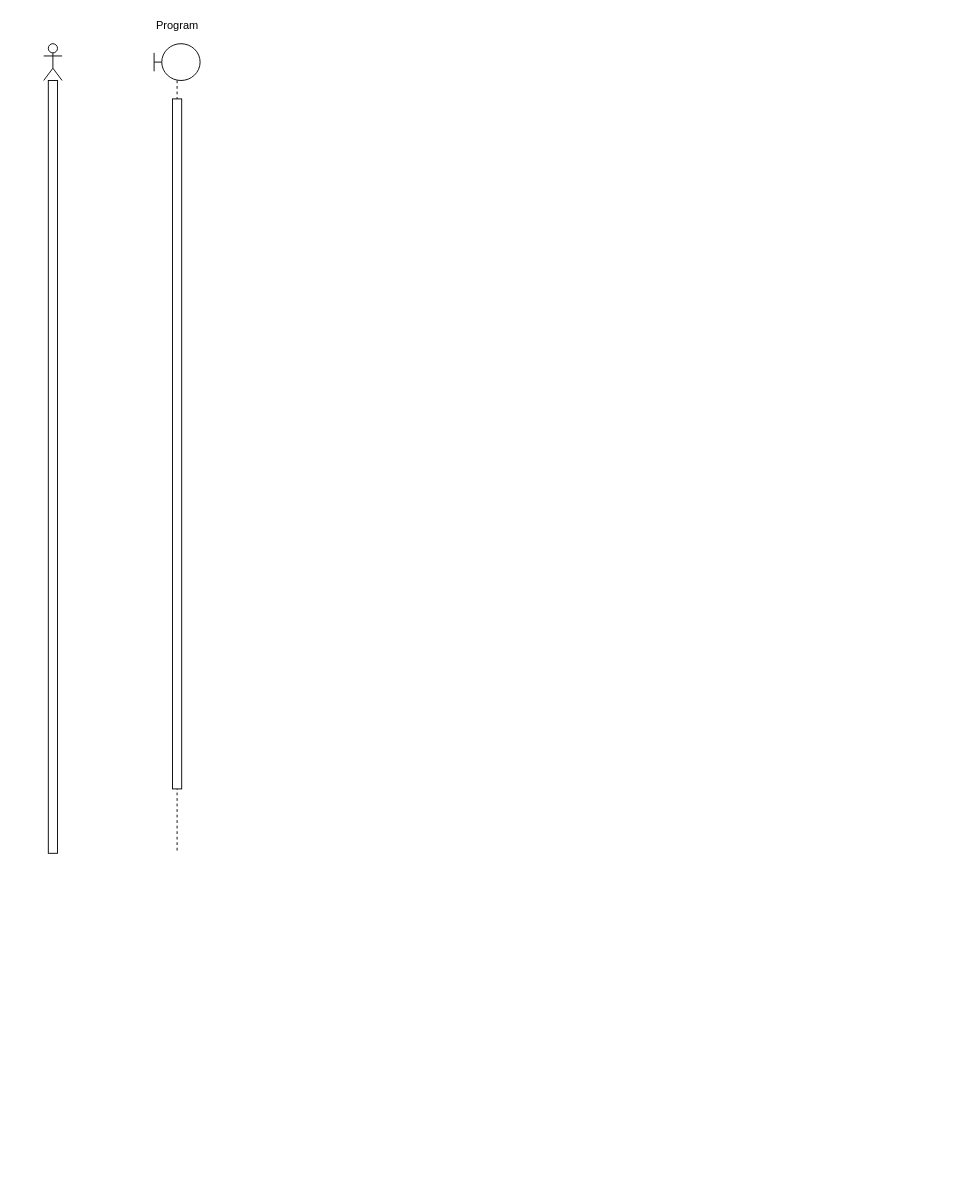
The draw.io diagram SequenceDiagram.drawio in pashokred/mini_spreadsheet, before the edit. Source tidied: cells renumbered, new cells numbered last; positions are measured from the earlier drawing's top-left corner, leaving out a move shared by most shapes. Both pictures are drawn from the tidied source at 92%, with x=0, y=0 at pixel (43, 16).
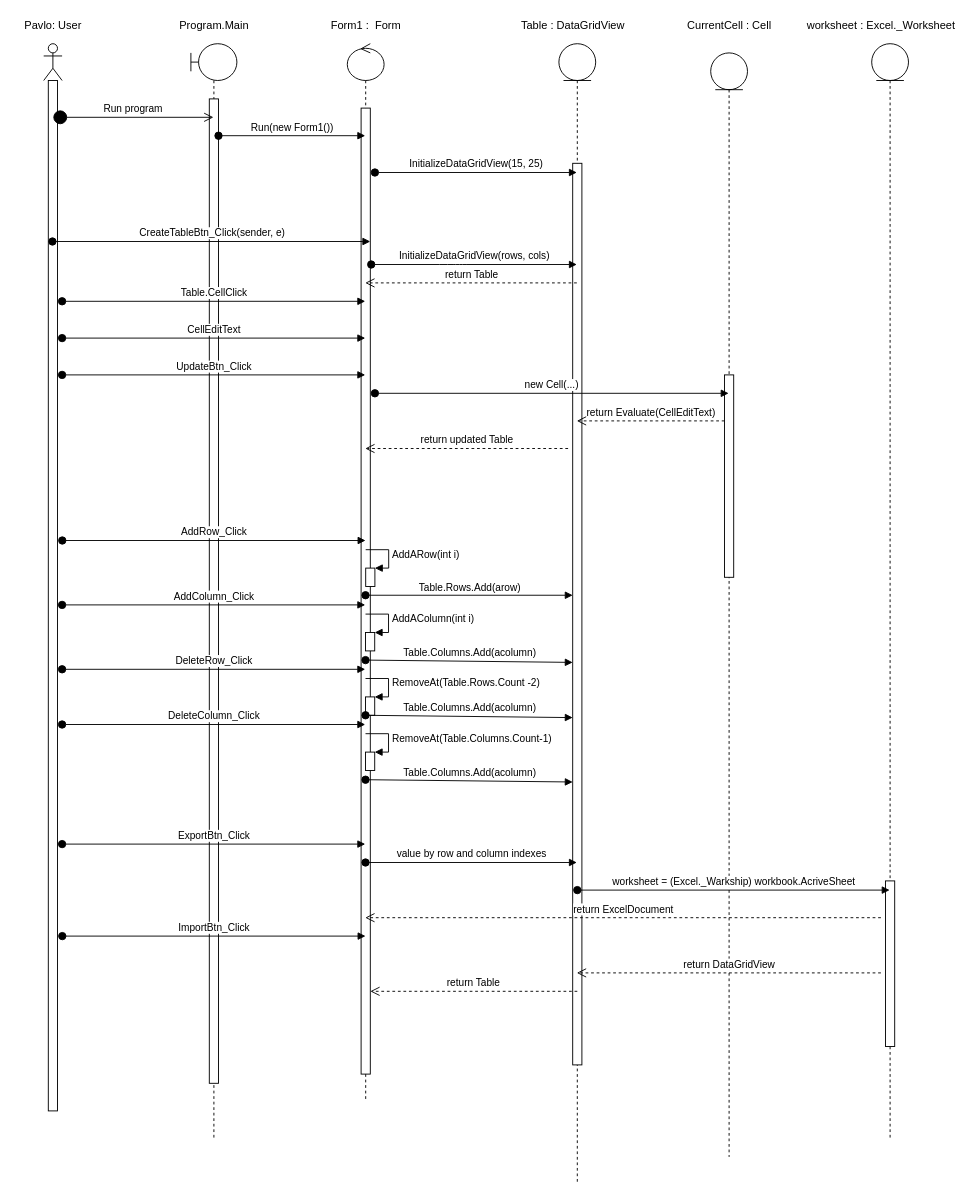
Above is the later version.

What changed in the source:
```diff
@@
     <mxCell id="2" style="shape=umlLifeline;participant=umlActor;perimeter=lifelinePerimeter;whiteSpace=wrap;html=1;verticalAlign=top;spacingTop=36;outlineConnect=0;" parent="1" vertex="1">
-      <mxGeometry y="30" width="20" height="880" as="geometry" />
+      <mxGeometry y="30" width="20" height="1160" as="geometry" />
     </mxCell>
     <mxCell id="3" style="html=1;perimeter=orthogonalPerimeter;" parent="2" vertex="1">
-      <mxGeometry x="5" y="40" width="10" height="840" as="geometry" />
+      <mxGeometry x="5" y="40" width="10" height="1120" as="geometry" />
     </mxCell>
     <mxCell id="4" style="shape=umlLifeline;participant=umlBoundary;perimeter=lifelinePerimeter;whiteSpace=wrap;html=1;verticalAlign=top;spacingTop=36;outlineConnect=0;" parent="1" vertex="1">
-      <mxGeometry x="120" y="30" width="50" height="880" as="geometry" />
+      <mxGeometry x="160" y="30" width="50" height="1190" as="geometry" />
     </mxCell>
     <mxCell id="5" style="html=1;perimeter=orthogonalPerimeter;" parent="4" vertex="1">
-      <mxGeometry x="20" y="60" width="10" height="750" as="geometry" />
+      <mxGeometry x="20" y="60" width="10" height="1070" as="geometry" />
     </mxCell>
-    <mxCell id="6" value="Program" style="text;html=1;align=center;verticalAlign=middle;" parent="1" vertex="1">
-      <mxGeometry x="115" width="60" height="20" as="geometry" />
+    <mxCell id="6" value="Program.Main" style="text;html=1;align=center;verticalAlign=middle;" parent="1" vertex="1">
+      <mxGeometry x="140" width="90" height="20" as="geometry" />
     </mxCell>
+    <mxCell id="7" value="Pavlo: User" style="text;html=1;align=center;verticalAlign=middle;" parent="1" vertex="1">
+      <mxGeometry x="-30" width="80" height="20" as="geometry" />
+    </mxCell>
+    <mxCell id="8" value="Run program" style="html=1;verticalAlign=bottom;startArrow=circle;startFill=1;endArrow=open;startSize=6;endSize=8;" parent="1" edge="1" target="4">
+      <mxGeometry relative="1" as="geometry">
+        <mxPoint x="10" y="110" as="sourcePoint" />
+      </mxGeometry>
+    </mxCell>
+    <mxCell id="9" style="shape=umlLifeline;participant=umlControl;perimeter=lifelinePerimeter;whiteSpace=wrap;html=1;verticalAlign=top;spacingTop=36;outlineConnect=0;" parent="1" vertex="1">
+      <mxGeometry x="330" y="30" width="40" height="1150" as="geometry" />
+    </mxCell>
+    <mxCell id="10" style="html=1;points=[];perimeter=orthogonalPerimeter;" parent="9" vertex="1">
+      <mxGeometry x="15" y="70" width="10" height="1050" as="geometry" />
+    </mxCell>
+    <mxCell id="11" style="html=1;points=[];perimeter=orthogonalPerimeter;" parent="9" vertex="1">
+      <mxGeometry x="20" y="570" width="10" height="20" as="geometry" />
+    </mxCell>
+    <mxCell id="12" value="AddARow(int i)" style="edgeStyle=orthogonalEdgeStyle;html=1;align=left;spacingLeft=2;endArrow=block;rounded=0;entryX=1;entryY=0;" parent="9" edge="1" target="11">
+      <mxGeometry relative="1" as="geometry">
+        <mxPoint x="20" y="550" as="sourcePoint" />
+        <Array as="points">
+          <mxPoint x="45" y="550" />
+        </Array>
+      </mxGeometry>
+    </mxCell>
+    <mxCell id="13" value="Form1 :&amp;nbsp; Form" style="text;html=1;align=center;verticalAlign=middle;" parent="1" vertex="1">
+      <mxGeometry x="305" width="90" height="20" as="geometry" />
+    </mxCell>
+    <mxCell id="14" value="Run(new Form1())" style="html=1;verticalAlign=bottom;startArrow=oval;startFill=1;endArrow=block;startSize=8;" parent="1" edge="1" target="9">
+      <mxGeometry relative="1" as="geometry">
+        <mxPoint x="190" y="130" as="sourcePoint" />
+      </mxGeometry>
+    </mxCell>
+    <mxCell id="15" value="CreateTableBtn_Click(sender, e)" style="html=1;verticalAlign=bottom;startArrow=oval;startFill=1;endArrow=block;startSize=8;" parent="1" edge="1" source="2">
+      <mxGeometry relative="1" as="geometry">
+        <mxPoint x="355" y="245" as="targetPoint" />
+      </mxGeometry>
+    </mxCell>
+    <mxCell id="16" style="shape=umlLifeline;participant=umlEntity;perimeter=lifelinePerimeter;whiteSpace=wrap;html=1;verticalAlign=top;spacingTop=36;outlineConnect=0;" parent="1" vertex="1">
+      <mxGeometry x="560" y="30" width="40" height="1240" as="geometry" />
+    </mxCell>
+    <mxCell id="17" style="html=1;points=[];perimeter=orthogonalPerimeter;" parent="16" vertex="1">
+      <mxGeometry x="15" y="130" width="10" height="980" as="geometry" />
+    </mxCell>
+    <mxCell id="18" value="Table : DataGridView" style="text;html=1;align=center;verticalAlign=middle;" parent="1" vertex="1">
+      <mxGeometry x="510" width="130" height="20" as="geometry" />
+    </mxCell>
+    <mxCell id="19" value="InitializeDataGridView(15, 25)" style="html=1;verticalAlign=bottom;startArrow=oval;startFill=1;endArrow=block;startSize=8;" parent="1" edge="1" target="16">
+      <mxGeometry relative="1" as="geometry">
+        <mxPoint x="360" y="170" as="sourcePoint" />
+      </mxGeometry>
+    </mxCell>
+    <mxCell id="20" value="InitializeDataGridView(rows, cols)" style="html=1;verticalAlign=bottom;startArrow=oval;startFill=1;endArrow=block;startSize=8;" parent="1" edge="1" target="16">
+      <mxGeometry relative="1" as="geometry">
+        <mxPoint x="356" y="270" as="sourcePoint" />
+        <Array as="points">
+          <mxPoint x="440" y="270" />
+          <mxPoint x="450" y="270" />
+        </Array>
+      </mxGeometry>
+    </mxCell>
+    <mxCell id="21" value="Table.CellClick" style="html=1;verticalAlign=bottom;startArrow=oval;startFill=1;endArrow=block;startSize=8;" parent="1" edge="1" target="9">
+      <mxGeometry relative="1" as="geometry">
+        <mxPoint x="20" y="310" as="sourcePoint" />
+      </mxGeometry>
+    </mxCell>
+    <mxCell id="22" value="CellEditText" style="html=1;verticalAlign=bottom;startArrow=oval;startFill=1;endArrow=block;startSize=8;" parent="1" edge="1" target="9">
+      <mxGeometry relative="1" as="geometry">
+        <mxPoint x="20" y="350" as="sourcePoint" />
+      </mxGeometry>
+    </mxCell>
+    <mxCell id="23" style="shape=umlLifeline;participant=umlEntity;perimeter=lifelinePerimeter;whiteSpace=wrap;html=1;verticalAlign=top;spacingTop=36;outlineConnect=0;" parent="1" vertex="1">
+      <mxGeometry x="725" y="40" width="40" height="1200" as="geometry" />
+    </mxCell>
+    <mxCell id="24" style="html=1;perimeter=orthogonalPerimeter;" parent="23" vertex="1">
+      <mxGeometry x="15" y="350" width="10" height="220" as="geometry" />
+    </mxCell>
+    <mxCell id="25" value="CurrentCell : Cell" style="text;html=1;align=center;verticalAlign=middle;" parent="1" vertex="1">
+      <mxGeometry x="690" width="110" height="20" as="geometry" />
+    </mxCell>
+    <mxCell id="26" value="UpdateBtn_Click" style="html=1;verticalAlign=bottom;startArrow=oval;startFill=1;endArrow=block;startSize=8;" parent="1" edge="1" target="9">
+      <mxGeometry relative="1" as="geometry">
+        <mxPoint x="20" y="390" as="sourcePoint" />
+      </mxGeometry>
+    </mxCell>
+    <mxCell id="27" value="new Cell(...)" style="html=1;verticalAlign=bottom;startArrow=oval;startFill=1;endArrow=block;startSize=8;" parent="1" edge="1" target="23">
+      <mxGeometry relative="1" as="geometry">
+        <mxPoint x="360" y="410" as="sourcePoint" />
+      </mxGeometry>
+    </mxCell>
+    <mxCell id="28" value="return Table" style="html=1;verticalAlign=bottom;endArrow=open;dashed=1;endSize=8;" parent="1" edge="1" source="16" target="9">
+      <mxGeometry relative="1" as="geometry">
+        <Array as="points">
+          <mxPoint x="450" y="290" />
+        </Array>
+      </mxGeometry>
+    </mxCell>
+    <mxCell id="29" value="AddRow_Click" style="html=1;verticalAlign=bottom;startArrow=oval;startFill=1;endArrow=block;startSize=8;" parent="1" edge="1">
+      <mxGeometry relative="1" as="geometry">
+        <mxPoint x="20.2" y="570" as="sourcePoint" />
+        <mxPoint x="349.8" y="570" as="targetPoint" />
+      </mxGeometry>
+    </mxCell>
+    <mxCell id="30" style="html=1;points=[];perimeter=orthogonalPerimeter;" parent="1" vertex="1">
+      <mxGeometry x="349.8" y="670" width="10" height="20" as="geometry" />
+    </mxCell>
+    <mxCell id="31" value="AddAColumn(int i)" style="edgeStyle=orthogonalEdgeStyle;html=1;align=left;spacingLeft=2;endArrow=block;rounded=0;entryX=1;entryY=0;" parent="1" edge="1" target="30">
+      <mxGeometry relative="1" as="geometry">
+        <mxPoint x="349.8" y="650" as="sourcePoint" />
+        <Array as="points">
+          <mxPoint x="374.8" y="650" />
+        </Array>
+      </mxGeometry>
+    </mxCell>
+    <mxCell id="32" value="AddColumn_Click" style="html=1;verticalAlign=bottom;startArrow=oval;startFill=1;endArrow=block;startSize=8;" parent="1" edge="1">
+      <mxGeometry relative="1" as="geometry">
+        <mxPoint x="20" y="640" as="sourcePoint" />
+        <mxPoint x="349.5" y="640" as="targetPoint" />
+      </mxGeometry>
+    </mxCell>
+    <mxCell id="33" style="html=1;points=[];perimeter=orthogonalPerimeter;" parent="1" vertex="1">
+      <mxGeometry x="349.8" y="740" width="10" height="20" as="geometry" />
+    </mxCell>
+    <mxCell id="34" value="RemoveAt(Table.Rows.Count -2)" style="edgeStyle=orthogonalEdgeStyle;html=1;align=left;spacingLeft=2;endArrow=block;rounded=0;entryX=1;entryY=0;" parent="1" edge="1" target="33">
+      <mxGeometry relative="1" as="geometry">
+        <mxPoint x="349.8" y="720" as="sourcePoint" />
+        <Array as="points">
+          <mxPoint x="374.8" y="720" />
+        </Array>
+      </mxGeometry>
+    </mxCell>
+    <mxCell id="35" value="DeleteRow_Click" style="html=1;verticalAlign=bottom;startArrow=oval;startFill=1;endArrow=block;startSize=8;" parent="1" edge="1">
+      <mxGeometry relative="1" as="geometry">
+        <mxPoint x="20" y="710" as="sourcePoint" />
+        <mxPoint x="349.5" y="710" as="targetPoint" />
+      </mxGeometry>
+    </mxCell>
+    <mxCell id="36" style="html=1;points=[];perimeter=orthogonalPerimeter;" parent="1" vertex="1">
+      <mxGeometry x="349.8" y="800" width="10" height="20" as="geometry" />
+    </mxCell>
+    <mxCell id="37" value="RemoveAt(Table.Columns.Count-1)" style="edgeStyle=orthogonalEdgeStyle;html=1;align=left;spacingLeft=2;endArrow=block;rounded=0;entryX=1;entryY=0;" parent="1" edge="1" target="36">
+      <mxGeometry relative="1" as="geometry">
+        <mxPoint x="349.8" y="780" as="sourcePoint" />
+        <Array as="points">
+          <mxPoint x="374.8" y="780" />
+        </Array>
+      </mxGeometry>
+    </mxCell>
+    <mxCell id="38" value="DeleteColumn_Click" style="html=1;verticalAlign=bottom;startArrow=oval;startFill=1;endArrow=block;startSize=8;" parent="1" edge="1">
+      <mxGeometry relative="1" as="geometry">
+        <mxPoint x="20" y="770" as="sourcePoint" />
+        <mxPoint x="349.5" y="770" as="targetPoint" />
+      </mxGeometry>
+    </mxCell>
+    <mxCell id="39" value="Table.Rows.Add(arow)" style="html=1;verticalAlign=bottom;startArrow=oval;startFill=1;endArrow=block;startSize=8;" parent="1" edge="1" target="17">
+      <mxGeometry relative="1" as="geometry">
+        <mxPoint x="349.8" y="629.5" as="sourcePoint" />
+      </mxGeometry>
+    </mxCell>
+    <mxCell id="40" value="Table.Columns.Add(acolumn)" style="html=1;verticalAlign=bottom;startArrow=oval;startFill=1;endArrow=block;startSize=8;entryX=0;entryY=0.689;entryDx=0;entryDy=0;entryPerimeter=0;" parent="1" edge="1">
+      <mxGeometry relative="1" as="geometry">
+        <mxPoint x="349.8" y="700" as="sourcePoint" />
+        <mxPoint x="575" y="702.5" as="targetPoint" />
+      </mxGeometry>
+    </mxCell>
+    <mxCell id="41" value="Table.Columns.Add(acolumn)" style="html=1;verticalAlign=bottom;startArrow=oval;startFill=1;endArrow=block;startSize=8;entryX=0;entryY=0.689;entryDx=0;entryDy=0;entryPerimeter=0;" parent="1" edge="1">
+      <mxGeometry relative="1" as="geometry">
+        <mxPoint x="349.8" y="760" as="sourcePoint" />
+        <mxPoint x="575" y="762.5" as="targetPoint" />
+      </mxGeometry>
+    </mxCell>
+    <mxCell id="42" value="Table.Columns.Add(acolumn)" style="html=1;verticalAlign=bottom;startArrow=oval;startFill=1;endArrow=block;startSize=8;entryX=0;entryY=0.689;entryDx=0;entryDy=0;entryPerimeter=0;" parent="1" edge="1">
+      <mxGeometry relative="1" as="geometry">
+        <mxPoint x="349.8" y="830" as="sourcePoint" />
+        <mxPoint x="575" y="832.5" as="targetPoint" />
+      </mxGeometry>
+    </mxCell>
+    <mxCell id="43" value="ExportBtn_Click" style="html=1;verticalAlign=bottom;startArrow=oval;startFill=1;endArrow=block;startSize=8;" parent="1" edge="1">
+      <mxGeometry relative="1" as="geometry">
+        <mxPoint x="20" y="900" as="sourcePoint" />
+        <mxPoint x="349.5" y="900" as="targetPoint" />
+      </mxGeometry>
+    </mxCell>
+    <mxCell id="44" value="value by row and column indexes" style="html=1;verticalAlign=bottom;startArrow=oval;startFill=1;endArrow=block;startSize=8;" parent="1" edge="1" target="16">
+      <mxGeometry relative="1" as="geometry">
+        <mxPoint x="349.8" y="920" as="sourcePoint" />
+      </mxGeometry>
+    </mxCell>
+    <mxCell id="45" value="ImportBtn_Click" style="html=1;verticalAlign=bottom;startArrow=oval;startFill=1;endArrow=block;startSize=8;" parent="1" edge="1">
+      <mxGeometry relative="1" as="geometry">
+        <mxPoint x="20.2" y="1000" as="sourcePoint" />
+        <mxPoint x="349.8" y="1000" as="targetPoint" />
+      </mxGeometry>
+    </mxCell>
+    <mxCell id="46" style="shape=umlLifeline;participant=umlEntity;perimeter=lifelinePerimeter;whiteSpace=wrap;html=1;verticalAlign=top;spacingTop=36;outlineConnect=0;" parent="1" vertex="1">
+      <mxGeometry x="900" y="30" width="40" height="1190" as="geometry" />
+    </mxCell>
+    <mxCell id="47" style="html=1;perimeter=orthogonalPerimeter;" parent="46" vertex="1">
+      <mxGeometry x="15" y="910" width="10" height="180" as="geometry" />
+    </mxCell>
+    <mxCell id="48" value="worksheet : Excel._Worksheet" style="text;html=1;align=center;verticalAlign=middle;" parent="1" vertex="1">
+      <mxGeometry x="820" width="180" height="20" as="geometry" />
+    </mxCell>
+    <mxCell id="49" value="worksheet = (Excel._Warkship) workbook.AcriveSheet" style="html=1;verticalAlign=bottom;startArrow=oval;startFill=1;endArrow=block;startSize=8;" parent="1" edge="1" target="46">
+      <mxGeometry relative="1" as="geometry">
+        <mxPoint x="580" y="950" as="sourcePoint" />
+      </mxGeometry>
+    </mxCell>
+    <mxCell id="50" value="return ExcelDocument" style="html=1;verticalAlign=bottom;endArrow=open;dashed=1;endSize=8;" parent="1" edge="1" target="9">
+      <mxGeometry relative="1" as="geometry">
+        <mxPoint x="910" y="980" as="sourcePoint" />
+      </mxGeometry>
+    </mxCell>
+    <mxCell id="51" value="return DataGridView" style="html=1;verticalAlign=bottom;endArrow=open;dashed=1;endSize=8;" parent="1" edge="1" target="16">
+      <mxGeometry relative="1" as="geometry">
+        <mxPoint x="910" y="1040" as="sourcePoint" />
+      </mxGeometry>
+    </mxCell>
+    <mxCell id="52" value="return Table" style="html=1;verticalAlign=bottom;endArrow=open;dashed=1;endSize=8;" parent="1" edge="1" target="10">
+      <mxGeometry relative="1" as="geometry">
+        <mxPoint x="580" y="1060" as="sourcePoint" />
+      </mxGeometry>
+    </mxCell>
+    <mxCell id="53" value="return Evaluate(CellEditText)" style="html=1;verticalAlign=bottom;endArrow=open;dashed=1;endSize=8;" parent="1" edge="1" target="16">
+      <mxGeometry relative="1" as="geometry">
+        <mxPoint x="740" y="440" as="sourcePoint" />
+      </mxGeometry>
+    </mxCell>
+    <mxCell id="54" value="return updated Table" style="html=1;verticalAlign=bottom;endArrow=open;dashed=1;endSize=8;" parent="1" edge="1" target="9">
+      <mxGeometry relative="1" as="geometry">
+        <mxPoint x="570" y="470" as="sourcePoint" />
+      </mxGeometry>
+    </mxCell>
```
